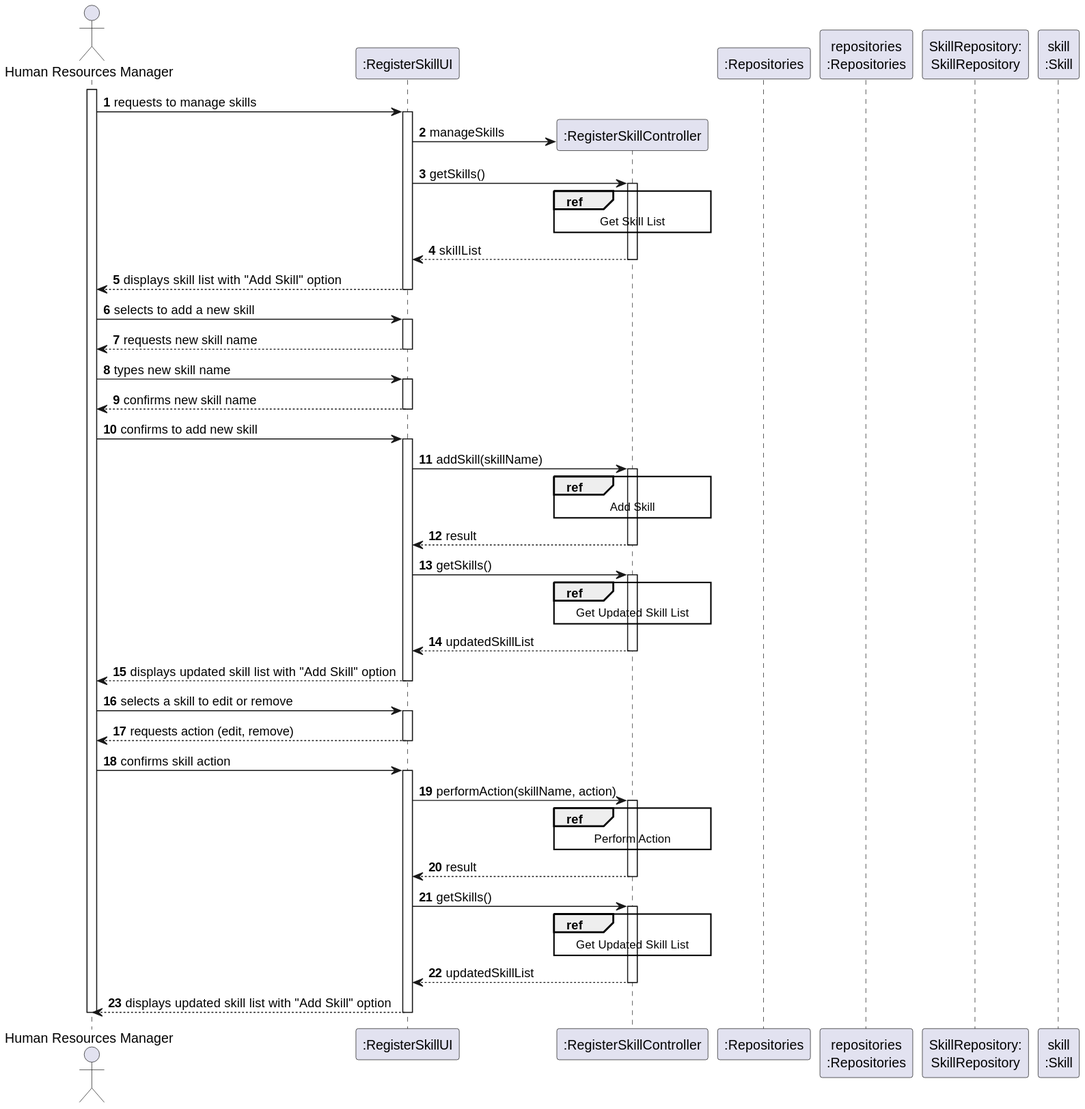
This is docs/sprintB/us001/03.design/svg/us001-sequence-diagram-split.svg from Departamento-de-Engenharia-Informatica/greenspace-management, a PlantUML export, as it was before one commit. The source it was exported from:
```plantuml
@startuml
skinparam packageStyle rectangle
skinparam shadowing false

autonumber

actor "Human Resources Manager" as ADM
participant ":RegisterSkillUI" as UI
participant ":RegisterSkillController" as CTRL
participant ":Repositories" as RepositorySingleton
participant "repositories\n:Repositories" as PLAT
participant "SkillRepository:\nSkillRepository" as SkillRepository
participant "skill\n:Skill" as SKILL

activate ADM

    ADM -> UI : requests to manage skills
    activate UI
        UI -> CTRL** : manageSkills
        UI -> CTRL : getSkills()
        ref over CTRL
            Get Skill List
        end ref
        activate CTRL

            CTRL --> UI : skillList
        deactivate CTRL
        UI --> ADM : displays skill list with "Add Skill" option
    deactivate UI

    ADM -> UI : selects to add a new skill
    activate UI
        UI --> ADM : requests new skill name
    deactivate UI
    ADM -> UI : types new skill name
    activate UI
        UI --> ADM : confirms new skill name
    deactivate UI
    ADM -> UI : confirms to add new skill
    activate UI
        UI -> CTRL : addSkill(skillName)
        ref over CTRL
            Add Skill
        end ref
        activate CTRL

            CTRL --> UI : result
        deactivate CTRL
        UI -> CTRL : getSkills()
        ref over CTRL
            Get Updated Skill List
        end ref
        activate CTRL

            CTRL --> UI : updatedSkillList
        deactivate CTRL
        UI --> ADM : displays updated skill list with "Add Skill" option
    deactivate UI

    ADM -> UI : selects a skill to edit or remove
    activate UI
        UI --> ADM : requests action (edit, remove)
    deactivate UI
    ADM -> UI : confirms skill action
    activate UI
        UI -> CTRL : performAction(skillName, action)
        ref over CTRL
            Perform Action
        end ref
        activate CTRL

            CTRL --> UI : result
        deactivate CTRL
        UI -> CTRL : getSkills()
        ref over CTRL
            Get Updated Skill List
        end ref
        activate CTRL

            CTRL --> UI : updatedSkillList
        deactivate CTRL
        UI --> ADM : displays updated skill list with "Add Skill" option
    deactivate UI

deactivate ADM
@enduml
```
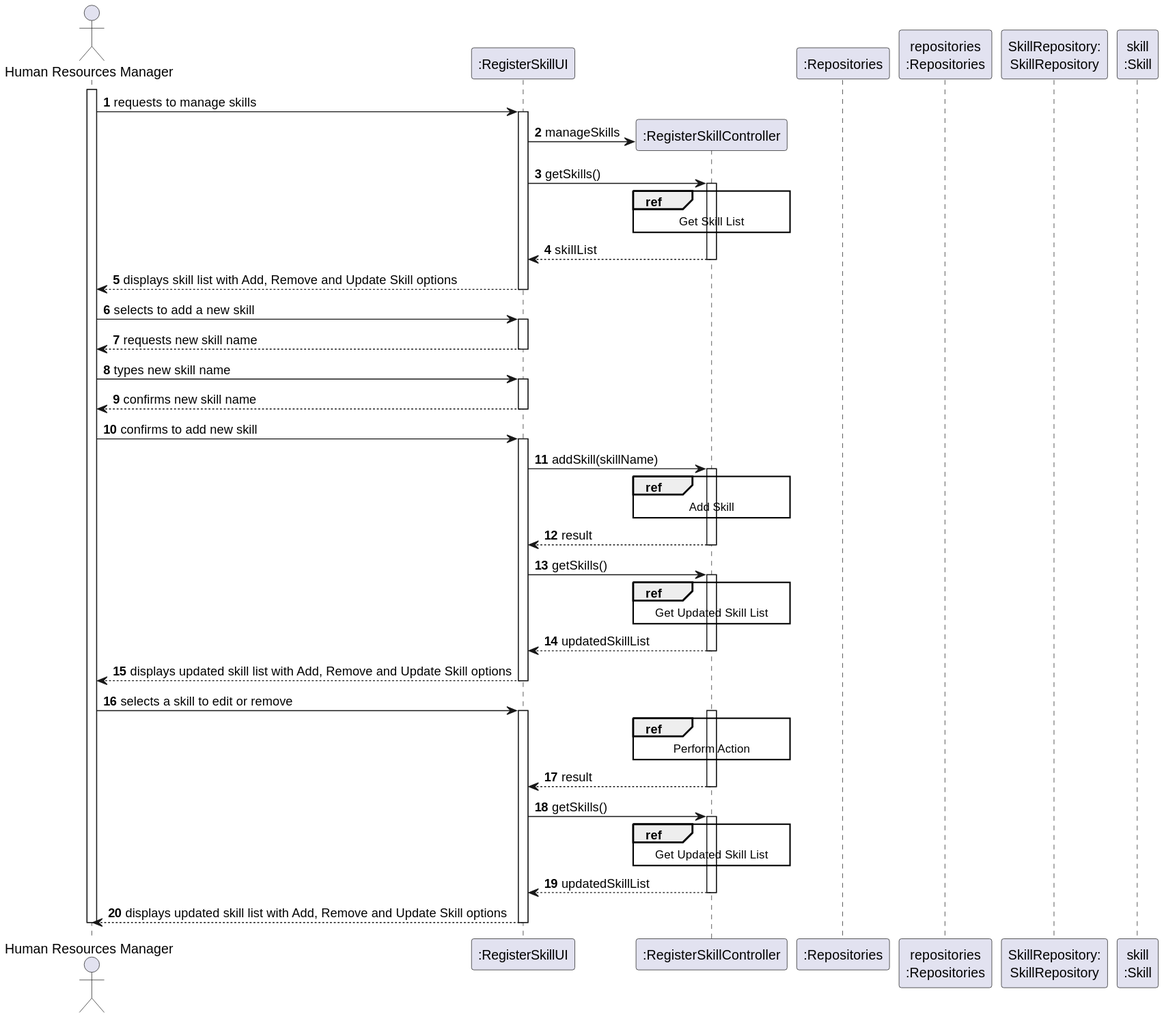
After the change.

The edit, as a diff of the source:
```diff
@@ -25,7 +25,7 @@
 
             CTRL --> UI : skillList
         deactivate CTRL
-        UI --> ADM : displays skill list with "Add Skill" option
+        UI --> ADM : displays skill list with Add, Remove and Update Skill options
     deactivate UI
 
     ADM -> UI : selects to add a new skill
@@ -54,16 +54,11 @@
 
             CTRL --> UI : updatedSkillList
         deactivate CTRL
-        UI --> ADM : displays updated skill list with "Add Skill" option
-    deactivate UI
+        UI --> ADM : displays updated skill list with Add, Remove and Update Skill options
+            deactivate UI
 
-    ADM -> UI : selects a skill to edit or remove
-    activate UI
-        UI --> ADM : requests action (edit, remove)
-    deactivate UI
-    ADM -> UI : confirms skill action
-    activate UI
-        UI -> CTRL : performAction(skillName, action)
+            ADM -> UI : selects a skill to edit or remove
+            activate UI
         ref over CTRL
             Perform Action
         end ref
@@ -79,7 +74,7 @@
 
             CTRL --> UI : updatedSkillList
         deactivate CTRL
-        UI --> ADM : displays updated skill list with "Add Skill" option
+        UI --> ADM : displays updated skill list with Add, Remove and Update Skill options
     deactivate UI
 
 deactivate ADM
```
